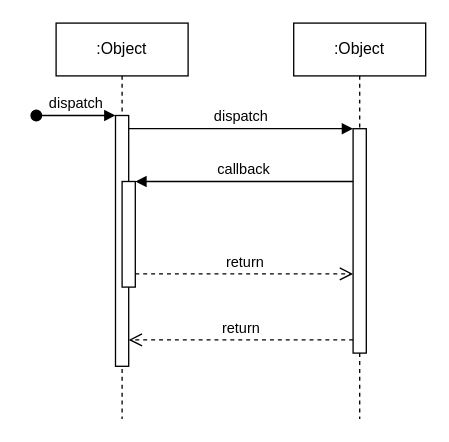
Before: page "Page-1" (1 of 2) of Untitled Diagram.drawio in lalalala097/lalalala097, a draw.io diagram. Source tidied: cells renumbered, new cells numbered last; positions are measured from the earlier drawing's top-left corner, leaving out a move shared by most shapes. Both pictures are drawn from the tidied source at 132%, with x=0, y=0 at pixel (36, 22).
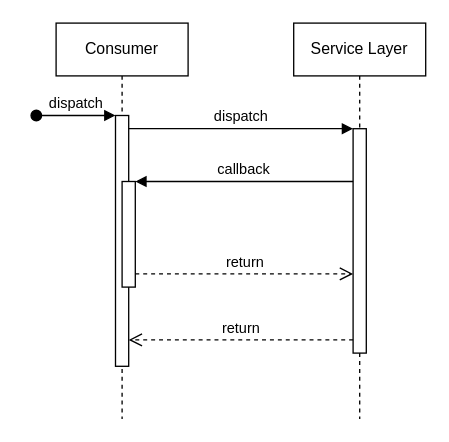
The same page after the edit.

Commit message:
Flow Diagram ABI JAVA API

Change to the diagram source:
```diff
@@
 <mxGraphModel>
   <root>
     <mxCell id="0" />
     <mxCell id="1" parent="0" />
-    <mxCell id="2" value=":Object" style="shape=umlLifeline;perimeter=lifelinePerimeter;whiteSpace=wrap;html=1;newEdgeStyle={&quot;edgeStyle&quot;:&quot;elbowEdgeStyle&quot;,&quot;elbow&quot;:&quot;vertical&quot;,&quot;curved&quot;:0,&quot;rounded&quot;:0};" parent="1" vertex="1">
+    <mxCell id="2" value="Consumer" style="shape=umlLifeline;perimeter=lifelinePerimeter;whiteSpace=wrap;html=1;newEdgeStyle={&quot;edgeStyle&quot;:&quot;elbowEdgeStyle&quot;,&quot;elbow&quot;:&quot;vertical&quot;,&quot;curved&quot;:0,&quot;rounded&quot;:0};" parent="1" vertex="1">
       <mxGeometry x="15" width="100" height="300" as="geometry" />
     </mxCell>
     <mxCell id="3" style="html=1;points=[];perimeter=orthogonalPerimeter;outlineConnect=0;targetShapes=umlLifeline;portConstraint=eastwest;newEdgeStyle={&quot;edgeStyle&quot;:&quot;elbowEdgeStyle&quot;,&quot;elbow&quot;:&quot;vertical&quot;,&quot;curved&quot;:0,&quot;rounded&quot;:0};" parent="2" vertex="1">
       <mxGeometry x="45" y="70" width="10" height="190" as="geometry" />
     </mxCell>
     <mxCell id="4" value="dispatch" style="html=1;verticalAlign=bottom;startArrow=oval;endArrow=block;startSize=8;edgeStyle=elbowEdgeStyle;elbow=vertical;curved=0;rounded=0;" parent="2" edge="1" target="3">
       <mxGeometry relative="1" as="geometry">
         <mxPoint x="-15" y="70" as="sourcePoint" />
       </mxGeometry>
     </mxCell>
     <mxCell id="5" style="html=1;points=[];perimeter=orthogonalPerimeter;outlineConnect=0;targetShapes=umlLifeline;portConstraint=eastwest;newEdgeStyle={&quot;edgeStyle&quot;:&quot;elbowEdgeStyle&quot;,&quot;elbow&quot;:&quot;vertical&quot;,&quot;curved&quot;:0,&quot;rounded&quot;:0};" parent="2" vertex="1">
       <mxGeometry x="50" y="120" width="10" height="80" as="geometry" />
     </mxCell>
-    <mxCell id="6" value=":Object" style="shape=umlLifeline;perimeter=lifelinePerimeter;whiteSpace=wrap;html=1;newEdgeStyle={&quot;edgeStyle&quot;:&quot;elbowEdgeStyle&quot;,&quot;elbow&quot;:&quot;vertical&quot;,&quot;curved&quot;:0,&quot;rounded&quot;:0};" parent="1" vertex="1">
+    <mxCell id="6" value="Service Layer" style="shape=umlLifeline;perimeter=lifelinePerimeter;whiteSpace=wrap;html=1;newEdgeStyle={&quot;edgeStyle&quot;:&quot;elbowEdgeStyle&quot;,&quot;elbow&quot;:&quot;vertical&quot;,&quot;curved&quot;:0,&quot;rounded&quot;:0};" parent="1" vertex="1">
       <mxGeometry x="195" width="100" height="300" as="geometry" />
     </mxCell>
     <mxCell id="7" style="html=1;points=[];perimeter=orthogonalPerimeter;outlineConnect=0;targetShapes=umlLifeline;portConstraint=eastwest;newEdgeStyle={&quot;edgeStyle&quot;:&quot;elbowEdgeStyle&quot;,&quot;elbow&quot;:&quot;vertical&quot;,&quot;curved&quot;:0,&quot;rounded&quot;:0};" parent="6" vertex="1">
       <mxGeometry x="45" y="80" width="10" height="170" as="geometry" />
     </mxCell>
     <mxCell id="8" value="dispatch" style="html=1;verticalAlign=bottom;endArrow=block;edgeStyle=elbowEdgeStyle;elbow=vertical;curved=0;rounded=0;" parent="1" edge="1" source="3" target="7">
       <mxGeometry relative="1" as="geometry">
         <Array as="points">
           <mxPoint x="155" y="80" />
         </Array>
       </mxGeometry>
     </mxCell>
     <mxCell id="9" value="return" style="html=1;verticalAlign=bottom;endArrow=open;dashed=1;endSize=8;edgeStyle=elbowEdgeStyle;elbow=vertical;curved=0;rounded=0;" parent="1" edge="1" source="7" target="3">
       <mxGeometry relative="1" as="geometry">
         <Array as="points">
           <mxPoint x="165" y="240" />
         </Array>
       </mxGeometry>
     </mxCell>
     <mxCell id="10" value="callback" style="html=1;verticalAlign=bottom;endArrow=block;edgeStyle=elbowEdgeStyle;elbow=vertical;curved=0;rounded=0;" parent="1" edge="1" source="7" target="5">
       <mxGeometry relative="1" as="geometry">
         <Array as="points">
           <mxPoint x="165" y="120" />
         </Array>
       </mxGeometry>
     </mxCell>
     <mxCell id="11" value="return" style="html=1;verticalAlign=bottom;endArrow=open;dashed=1;endSize=8;edgeStyle=elbowEdgeStyle;elbow=vertical;curved=0;rounded=0;" parent="1" edge="1" source="5" target="7">
       <mxGeometry relative="1" as="geometry">
         <Array as="points">
           <mxPoint x="155" y="190" />
         </Array>
       </mxGeometry>
     </mxCell>
   </root>
 </mxGraphModel>
```
